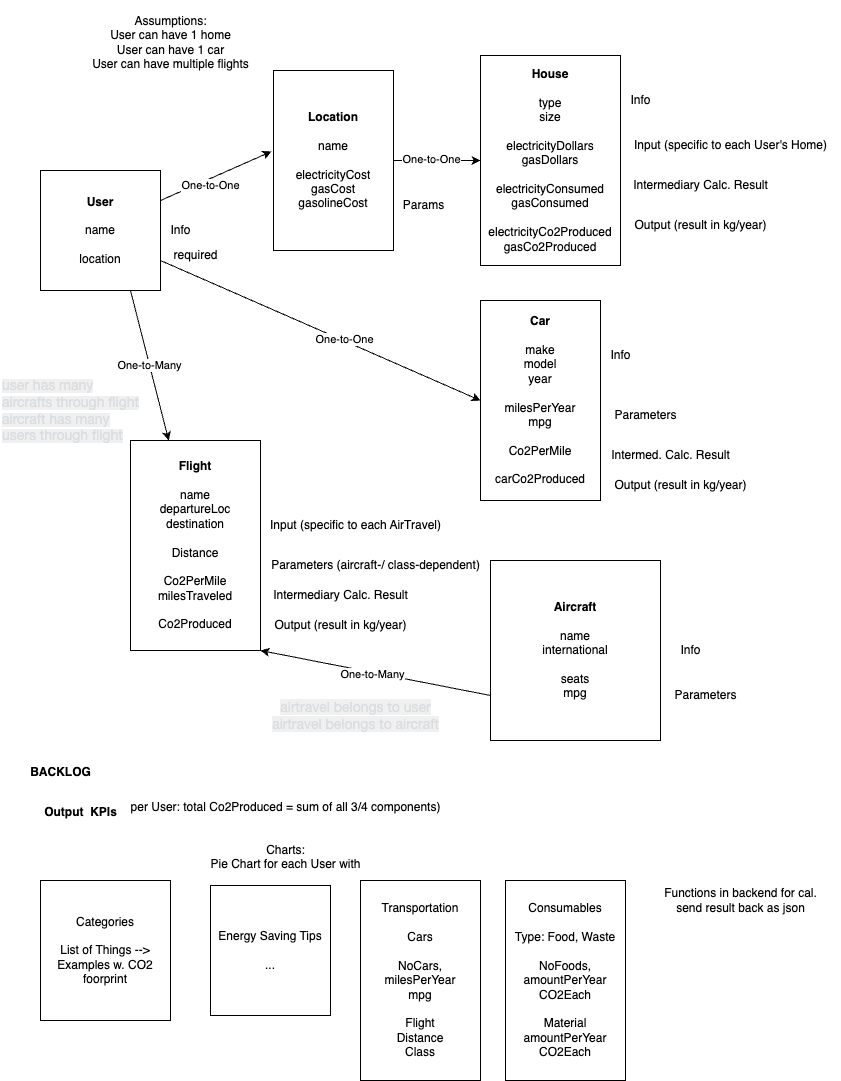
oki99doki/CO2day keeps this draw.io diagram as assets/concept.png. Above is the earlier version. Source tidied: cells renumbered, new cells last; positions are measured from the earlier drawing's top-left corner, leaving out a move shared by most shapes.
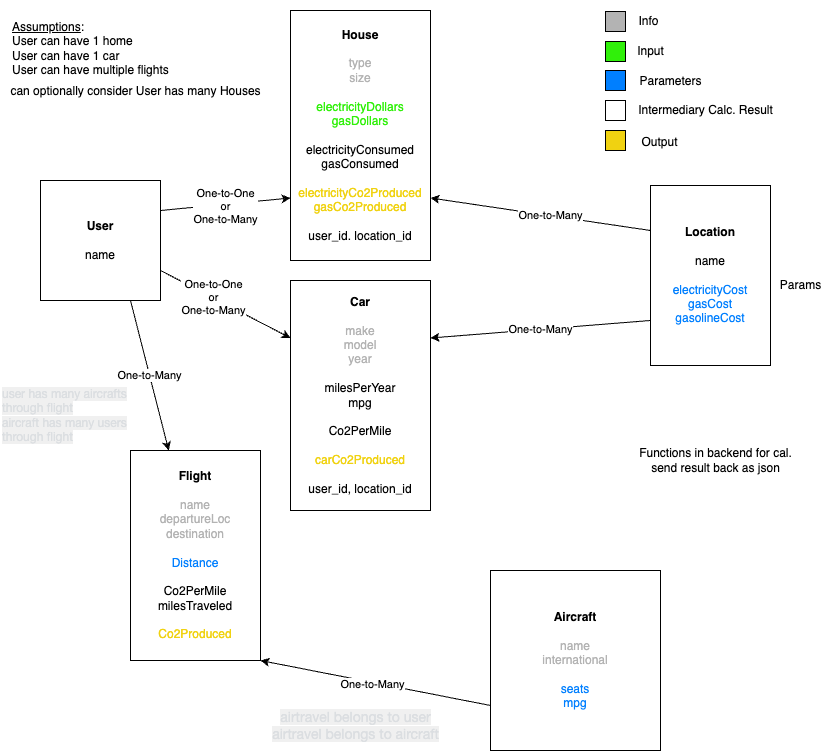
Later version of the same file.

Diff of the diagram source:
```diff
@@ -2,122 +2,59 @@
   <root>
     <mxCell id="0" />
     <mxCell id="1" parent="0" />
+    <mxCell id="46" style="rounded=0;whiteSpace=wrap;html=1;strokeColor=#FFFFFF;fontColor=#B3B3B3;fillColor=none;" parent="1" vertex="1">
+      <mxGeometry x="590" y="-10" width="240" height="160" as="geometry" />
+    </mxCell>
     <mxCell id="2" value="One-to-Many" style="edgeStyle=none;html=1;exitX=0.75;exitY=1;exitDx=0;exitDy=0;" parent="1" edge="1" source="7" target="14">
       <mxGeometry relative="1" as="geometry" />
     </mxCell>
+    <mxCell id="47" style="edgeStyle=none;html=1;exitX=1;exitY=0.25;exitDx=0;exitDy=0;entryX=0;entryY=0.75;entryDx=0;entryDy=0;" parent="1" edge="1" source="7" target="8">
+      <mxGeometry relative="1" as="geometry" />
+    </mxCell>
+    <mxCell id="48" value="One-to-One&lt;br&gt;or&lt;br&gt;One-to-Many" style="edgeLabel;html=1;align=center;verticalAlign=middle;" parent="47" vertex="1">
+      <mxGeometry x="-0.01" y="-2" relative="1" as="geometry" />
+    </mxCell>
-    <mxCell id="3" style="edgeStyle=none;html=1;exitX=1;exitY=0.75;exitDx=0;exitDy=0;entryX=0;entryY=0.5;entryDx=0;entryDy=0;" parent="1" edge="1" source="7" target="26">
+    <mxCell id="3" style="edgeStyle=none;html=1;exitX=1;exitY=0.75;exitDx=0;exitDy=0;entryX=0;entryY=0.25;entryDx=0;entryDy=0;" parent="1" edge="1" source="7" target="26">
       <mxGeometry relative="1" as="geometry" />
     </mxCell>
-    <mxCell id="4" value="One-to-One" style="edgeLabel;html=1;align=center;verticalAlign=middle;" parent="3" vertex="1">
-      <mxGeometry x="0.14" y="1" relative="1" as="geometry">
-        <mxPoint x="1" as="offset" />
-      </mxGeometry>
-    </mxCell>
-    <mxCell id="5" style="edgeStyle=none;html=1;exitX=1;exitY=0.25;exitDx=0;exitDy=0;entryX=-0.017;entryY=0.45;entryDx=0;entryDy=0;entryPerimeter=0;" parent="1" edge="1" source="7" target="36">
-      <mxGeometry relative="1" as="geometry" />
-    </mxCell>
-    <mxCell id="6" value="One-to-One" style="edgeLabel;html=1;align=center;verticalAlign=middle;" parent="5" vertex="1">
-      <mxGeometry x="-0.42" y="1" relative="1" as="geometry">
-        <mxPoint x="18" as="offset" />
-      </mxGeometry>
-    </mxCell>
+    <mxCell id="49" value="One-to-One&lt;br&gt;or&lt;br&gt;One-to-Many" style="edgeLabel;html=1;align=center;verticalAlign=middle;" parent="3" vertex="1">
+      <mxGeometry x="-0.19" y="1" relative="1" as="geometry" />
+    </mxCell>
-    <mxCell id="7" value="&lt;b&gt;User&lt;/b&gt;&lt;br&gt;&lt;br&gt;name&lt;br&gt;&lt;br&gt;location&lt;br&gt;" style="rounded=0;whiteSpace=wrap;html=1;" parent="1" vertex="1">
+    <mxCell id="7" value="&lt;b&gt;User&lt;/b&gt;&lt;br&gt;&lt;br&gt;name" style="rounded=0;whiteSpace=wrap;html=1;" parent="1" vertex="1">
       <mxGeometry x="40" y="170" width="120" height="120" as="geometry" />
     </mxCell>
-    <mxCell id="8" value="&lt;b&gt;House&lt;/b&gt;&lt;br&gt;&lt;br&gt;type&lt;br&gt;size&lt;br&gt;&lt;br&gt;electricityDollars&lt;br&gt;gasDollars&lt;br&gt;&lt;br&gt;electricityConsumed&lt;br&gt;gasConsumed&lt;br&gt;&lt;br&gt;electricityCo2Produced&lt;br&gt;gasCo2Produced" style="rounded=0;whiteSpace=wrap;html=1;" parent="1" vertex="1">
-      <mxGeometry x="480" y="55" width="140" height="210" as="geometry" />
+    <mxCell id="8" value="&lt;b&gt;House&lt;/b&gt;&lt;br&gt;&lt;br&gt;&lt;font color=&quot;#b3b3b3&quot;&gt;type&lt;br&gt;size&lt;/font&gt;&lt;br&gt;&lt;br&gt;&lt;font color=&quot;#30f00a&quot;&gt;electricityDollars&lt;br&gt;gasDollars&lt;br&gt;&lt;/font&gt;&lt;br&gt;electricityConsumed&lt;br&gt;gasConsumed&lt;br&gt;&lt;br&gt;&lt;font color=&quot;#f0d211&quot;&gt;electricityCo2Produced&lt;br&gt;gasCo2Produced&lt;br&gt;&lt;/font&gt;&lt;br&gt;user_id. location_id" style="rounded=0;whiteSpace=wrap;html=1;" parent="1" vertex="1">
+      <mxGeometry x="290" width="140" height="250" as="geometry" />
     </mxCell>
-    <mxCell id="9" value="Categories&lt;br&gt;&lt;br&gt;List of Things --&amp;gt; Examples w. CO2 foorprint&lt;br&gt;" style="rounded=0;whiteSpace=wrap;html=1;" parent="1" vertex="1">
-      <mxGeometry x="40" y="880" width="130" height="140" as="geometry" />
-    </mxCell>
-    <mxCell id="10" value="Transportation&lt;br&gt;&lt;br&gt;Cars&lt;br&gt;&lt;br&gt;NoCars, milesPerYear&lt;br&gt;mpg&lt;br&gt;&lt;br&gt;Flight&lt;br&gt;Distance&lt;br&gt;Class" style="rounded=0;whiteSpace=wrap;html=1;" parent="1" vertex="1">
-      <mxGeometry x="360" y="880" width="120" height="200" as="geometry" />
-    </mxCell>
-    <mxCell id="11" value="Assumptions:&lt;br&gt;User can have 1 home&lt;br&gt;User can have 1 car&lt;br&gt;User can have multiple flights" style="text;html=1;align=center;verticalAlign=center;strokeColor=none;fillColor=none;" parent="1" vertex="1">
-      <mxGeometry x="80" width="180" height="70" as="geometry" />
+    <mxCell id="11" value="&lt;u&gt;Assumptions&lt;/u&gt;:&lt;br&gt;User can have 1 home&lt;br&gt;User can have 1 car&lt;br&gt;User can have multiple flights" style="text;html=1;align=left;verticalAlign=center;strokeColor=none;fillColor=none;" parent="1" vertex="1">
+      <mxGeometry x="10" y="-4" width="180" height="70" as="geometry" />
     </mxCell>
-    <mxCell id="12" value="Consumables&lt;br&gt;&lt;br&gt;Type: Food, Waste&lt;br&gt;&lt;br&gt;NoFoods, amountPerYear&lt;br&gt;CO2Each&lt;br&gt;&lt;br&gt;Material&lt;br&gt;amountPerYear&lt;br&gt;CO2Each" style="rounded=0;whiteSpace=wrap;html=1;" parent="1" vertex="1">
-      <mxGeometry x="505" y="880" width="120" height="200" as="geometry" />
-    </mxCell>
-    <mxCell id="13" value="Energy Saving Tips&lt;br&gt;&lt;br&gt;..." style="rounded=0;whiteSpace=wrap;html=1;" parent="1" vertex="1">
-      <mxGeometry x="210" y="885" width="120" height="130" as="geometry" />
-    </mxCell>
-    <mxCell id="14" value="&lt;b&gt;Flight&lt;/b&gt;&lt;br&gt;&lt;br&gt;name&lt;br&gt;departureLoc&lt;br&gt;destination&lt;br&gt;&lt;br&gt;Distance&lt;br&gt;&lt;br&gt;Co2PerMile&lt;br&gt;milesTraveled&lt;br&gt;&lt;br&gt;Co2Produced" style="rounded=0;whiteSpace=wrap;html=1;" parent="1" vertex="1">
+    <mxCell id="14" value="&lt;b&gt;Flight&lt;/b&gt;&lt;br&gt;&lt;br&gt;&lt;font color=&quot;#b3b3b3&quot;&gt;name&lt;br&gt;departureLoc&lt;br&gt;destination&lt;/font&gt;&lt;br&gt;&lt;br&gt;&lt;font color=&quot;#007fff&quot;&gt;Distance&lt;/font&gt;&lt;br&gt;&lt;br&gt;Co2PerMile&lt;br&gt;milesTraveled&lt;br&gt;&lt;br&gt;&lt;font color=&quot;#f0d211&quot;&gt;Co2Produced&lt;/font&gt;" style="rounded=0;whiteSpace=wrap;html=1;" parent="1" vertex="1">
       <mxGeometry x="130" y="440" width="130" height="210" as="geometry" />
     </mxCell>
     <mxCell id="15" value="Functions in backend for cal.&lt;br&gt;send result back as json&lt;br&gt;" style="text;html=1;align=center;verticalAlign=middle;strokeColor=none;fillColor=none;" parent="1" vertex="1">
-      <mxGeometry x="650" y="880" width="180" height="40" as="geometry" />
+      <mxGeometry x="625" y="430" width="180" height="40" as="geometry" />
     </mxCell>
-    <mxCell id="16" value="Input (specific to each User's Home)" style="text;html=1;align=center;verticalAlign=middle;strokeColor=none;fillColor=none;" parent="1" vertex="1">
-      <mxGeometry x="620" y="130" width="220" height="30" as="geometry" />
-    </mxCell>
-    <mxCell id="17" value="Intermediary Calc. Result" style="text;html=1;align=center;verticalAlign=middle;strokeColor=none;fillColor=none;" parent="1" vertex="1">
-      <mxGeometry x="620" y="170" width="160" height="30" as="geometry" />
-    </mxCell>
-    <mxCell id="18" value="Output (result in kg/year)" style="text;html=1;align=center;verticalAlign=middle;strokeColor=none;fillColor=none;" parent="1" vertex="1">
-      <mxGeometry x="620" y="210" width="160" height="30" as="geometry" />
-    </mxCell>
-    <mxCell id="19" value="required" style="text;html=1;align=center;verticalAlign=middle;strokeColor=none;fillColor=none;" parent="1" vertex="1">
-      <mxGeometry x="160" y="240" width="70" height="30" as="geometry" />
-    </mxCell>
-    <mxCell id="20" value="Info" style="text;html=1;align=center;verticalAlign=middle;strokeColor=none;fillColor=none;" parent="1" vertex="1">
-      <mxGeometry x="160" y="215" width="40" height="30" as="geometry" />
-    </mxCell>
     <mxCell id="21" value="Info" style="text;html=1;align=center;verticalAlign=middle;strokeColor=none;fillColor=none;" parent="1" vertex="1">
-      <mxGeometry x="525" y="420" width="40" height="30" as="geometry" />
+      <mxGeometry x="345" y="400" width="40" height="30" as="geometry" />
     </mxCell>
-    <mxCell id="22" value="Input (specific to each AirTravel)" style="text;html=1;align=center;verticalAlign=middle;strokeColor=none;fillColor=none;" parent="1" vertex="1">
-      <mxGeometry x="260" y="510" width="190" height="30" as="geometry" />
-    </mxCell>
-    <mxCell id="23" value="Parameters (aircraft-/ class-dependent)" style="text;html=1;align=center;verticalAlign=middle;strokeColor=none;fillColor=none;" parent="1" vertex="1">
-      <mxGeometry x="260" y="550" width="230" height="30" as="geometry" />
-    </mxCell>
-    <mxCell id="24" value="Intermediary Calc. Result" style="text;html=1;align=center;verticalAlign=middle;strokeColor=none;fillColor=none;" parent="1" vertex="1">
-      <mxGeometry x="260" y="580" width="160" height="30" as="geometry" />
-    </mxCell>
-    <mxCell id="25" value="Output (result in kg/year)" style="text;html=1;align=center;verticalAlign=middle;strokeColor=none;fillColor=none;" parent="1" vertex="1">
-      <mxGeometry x="260" y="610" width="160" height="30" as="geometry" />
-    </mxCell>
-    <mxCell id="26" value="&lt;b&gt;Car&lt;/b&gt;&lt;br&gt;&lt;br&gt;make&lt;br&gt;model&lt;br&gt;year&lt;br&gt;&lt;br&gt;milesPerYear&lt;br&gt;mpg&lt;br&gt;&lt;br&gt;Co2PerMile&lt;br&gt;&lt;br&gt;carCo2Produced" style="rounded=0;whiteSpace=wrap;html=1;" parent="1" vertex="1">
-      <mxGeometry x="480" y="300" width="120" height="200" as="geometry" />
+    <mxCell id="26" value="&lt;b&gt;Car&lt;/b&gt;&lt;br&gt;&lt;br&gt;&lt;font color=&quot;#b3b3b3&quot;&gt;make&lt;br&gt;model&lt;br&gt;year&lt;/font&gt;&lt;br&gt;&lt;br&gt;milesPerYear&lt;br&gt;mpg&lt;br&gt;&lt;br&gt;Co2PerMile&lt;br&gt;&lt;br&gt;&lt;font color=&quot;#f0d211&quot;&gt;carCo2Produced&lt;/font&gt;&lt;br&gt;&lt;br&gt;user_id, location_id" style="rounded=0;whiteSpace=wrap;html=1;" parent="1" vertex="1">
+      <mxGeometry x="290" y="270" width="140" height="230" as="geometry" />
     </mxCell>
-    <mxCell id="27" value="Info" style="text;html=1;align=center;verticalAlign=middle;strokeColor=none;fillColor=none;" parent="1" vertex="1">
-      <mxGeometry x="600" y="340" width="40" height="30" as="geometry" />
-    </mxCell>
-    <mxCell id="28" value="Parameters" style="text;html=1;align=center;verticalAlign=middle;strokeColor=none;fillColor=none;" parent="1" vertex="1">
-      <mxGeometry x="600" y="400" width="90" height="30" as="geometry" />
-    </mxCell>
-    <mxCell id="29" value="Intermed. Calc. Result" style="text;html=1;align=center;verticalAlign=middle;strokeColor=none;fillColor=none;" parent="1" vertex="1">
-      <mxGeometry x="600" y="440" width="140" height="30" as="geometry" />
-    </mxCell>
-    <mxCell id="30" value="Output (result in kg/year)" style="text;html=1;align=center;verticalAlign=middle;strokeColor=none;fillColor=none;" parent="1" vertex="1">
-      <mxGeometry x="600" y="470" width="160" height="30" as="geometry" />
-    </mxCell>
-    <mxCell id="31" value="&lt;b&gt;BACKLOG&lt;/b&gt;" style="text;html=1;align=center;verticalAlign=center;strokeColor=none;fillColor=none;" parent="1" vertex="1">
-      <mxGeometry x="20" y="750" width="80" height="30" as="geometry" />
-    </mxCell>
-    <mxCell id="32" value="&lt;b&gt;Output&amp;nbsp; KPIs&lt;/b&gt;" style="text;html=1;align=center;verticalAlign=center;strokeColor=none;fillColor=none;" parent="1" vertex="1">
-      <mxGeometry x="30" y="790" width="100" height="30" as="geometry" />
-    </mxCell>
-    <mxCell id="33" value="per User: total Co2Produced = sum of all 3/4 components)&lt;br&gt;&lt;br&gt;&lt;br&gt;Charts:&lt;br&gt;Pie Chart for each User with" style="text;html=1;align=center;verticalAlign=middle;strokeColor=none;fillColor=none;" parent="1" vertex="1">
-      <mxGeometry x="120" y="790" width="330" height="90" as="geometry" />
-    </mxCell>
-    <mxCell id="34" style="edgeStyle=none;html=1;exitX=1;exitY=0.5;exitDx=0;exitDy=0;entryX=0;entryY=0.5;entryDx=0;entryDy=0;" parent="1" edge="1" source="36" target="8">
+    <mxCell id="34" style="edgeStyle=none;html=1;exitX=0;exitY=0.25;exitDx=0;exitDy=0;entryX=1;entryY=0.75;entryDx=0;entryDy=0;" parent="1" edge="1" source="36" target="8">
       <mxGeometry relative="1" as="geometry" />
     </mxCell>
-    <mxCell id="35" value="One-to-One" style="edgeLabel;html=1;align=center;verticalAlign=middle;" parent="34" vertex="1">
-      <mxGeometry x="-0.35" y="2" relative="1" as="geometry">
-        <mxPoint x="9" as="offset" />
-      </mxGeometry>
-    </mxCell>
+    <mxCell id="50" value="One-to-Many" style="edgeLabel;html=1;align=center;verticalAlign=middle;" parent="34" vertex="1">
+      <mxGeometry x="-0.08" y="-1" relative="1" as="geometry" />
+    </mxCell>
+    <mxCell id="51" value="One-to-Many" style="edgeStyle=none;html=1;exitX=0;exitY=0.75;exitDx=0;exitDy=0;entryX=1;entryY=0.25;entryDx=0;entryDy=0;" parent="1" edge="1" source="36" target="26">
+      <mxGeometry relative="1" as="geometry" />
+    </mxCell>
-    <mxCell id="36" value="&lt;b&gt;Location&lt;/b&gt;&lt;br&gt;&lt;br&gt;name&lt;br&gt;&lt;br&gt;electricityCost&lt;br&gt;gasCost&lt;br&gt;gasolineCost" style="rounded=0;whiteSpace=wrap;html=1;" parent="1" vertex="1">
-      <mxGeometry x="273" y="70" width="120" height="180" as="geometry" />
+    <mxCell id="36" value="&lt;b&gt;Location&lt;/b&gt;&lt;br&gt;&lt;br&gt;name&lt;br&gt;&lt;br&gt;&lt;font color=&quot;#007fff&quot;&gt;electricityCost&lt;br&gt;gasCost&lt;br&gt;gasolineCost&lt;/font&gt;" style="rounded=0;whiteSpace=wrap;html=1;" parent="1" vertex="1">
+      <mxGeometry x="650" y="175" width="120" height="180" as="geometry" />
     </mxCell>
-    <mxCell id="37" value="Info" style="text;html=1;align=center;verticalAlign=middle;strokeColor=none;fillColor=none;" parent="1" vertex="1">
-      <mxGeometry x="620" y="85" width="40" height="30" as="geometry" />
-    </mxCell>
     <mxCell id="38" value="Params" style="text;html=1;align=center;verticalAlign=middle;strokeColor=none;fillColor=none;" parent="1" vertex="1">
-      <mxGeometry x="393" y="190" width="60" height="30" as="geometry" />
+      <mxGeometry x="770" y="260" width="60" height="30" as="geometry" />
     </mxCell>
     <mxCell id="39" style="edgeStyle=none;html=1;exitX=0;exitY=0.75;exitDx=0;exitDy=0;entryX=1;entryY=1;entryDx=0;entryDy=0;" parent="1" edge="1" source="41" target="14">
       <mxGeometry relative="1" as="geometry" />
@@ -125,20 +62,50 @@
     <mxCell id="40" value="One-to-Many" style="edgeLabel;html=1;align=center;verticalAlign=middle;" parent="39" vertex="1">
       <mxGeometry x="0.02" y="2" relative="1" as="geometry" />
     </mxCell>
-    <mxCell id="41" value="&lt;b&gt;Aircraft&lt;/b&gt;&lt;br&gt;&lt;br&gt;name&lt;br&gt;international&lt;br&gt;&lt;br&gt;seats&lt;br&gt;mpg" style="whiteSpace=wrap;html=1;" parent="1" vertex="1">
+    <mxCell id="41" value="&lt;b&gt;Aircraft&lt;/b&gt;&lt;br&gt;&lt;br&gt;&lt;font color=&quot;#b3b3b3&quot;&gt;name&lt;br&gt;international&lt;/font&gt;&lt;br&gt;&lt;br&gt;&lt;font color=&quot;#007fff&quot;&gt;seats&lt;br&gt;mpg&lt;/font&gt;" style="whiteSpace=wrap;html=1;" parent="1" vertex="1">
       <mxGeometry x="490" y="560" width="170" height="180" as="geometry" />
     </mxCell>
     <mxCell id="42" value="Parameters" style="text;html=1;align=center;verticalAlign=middle;strokeColor=none;fillColor=none;" parent="1" vertex="1">
-      <mxGeometry x="660" y="680" width="90" height="30" as="geometry" />
+      <mxGeometry x="625" y="56" width="90" height="30" as="geometry" />
     </mxCell>
     <mxCell id="43" value="Info" style="text;html=1;align=center;verticalAlign=middle;strokeColor=none;fillColor=none;" parent="1" vertex="1">
-      <mxGeometry x="670" y="635" width="40" height="30" as="geometry" />
+      <mxGeometry x="628" y="-4" width="40" height="30" as="geometry" />
     </mxCell>
-    <mxCell id="44" value="&lt;span style=&quot;color: oklab(0.899401 -0.00192499 -0.00481987); font-family: &amp;quot;gg sans&amp;quot;, &amp;quot;Noto Sans&amp;quot;, &amp;quot;Helvetica Neue&amp;quot;, Helvetica, Arial, sans-serif, &amp;quot;Apple Symbols&amp;quot;; font-style: normal; font-variant-ligatures: normal; font-variant-caps: normal; font-weight: 400; letter-spacing: normal; orphans: 2; text-align: left; text-indent: 0px; text-transform: none; widows: 2; word-spacing: 0px; -webkit-text-stroke-width: 0px; background-color: oklab(0.0852327 0.00000386313 0.00000170618 / 0.06); text-decoration-thickness: initial; text-decoration-style: initial; text-decoration-color: initial; float: none; display: inline !important;&quot;&gt;&lt;font style=&quot;font-size: 14px;&quot;&gt;user has many aircrafts through flight&lt;br&gt;aircraft has many users through flight&lt;/font&gt;&lt;/span&gt;" style="text;whiteSpace=wrap;html=1;" parent="1" vertex="1">
+    <mxCell id="44" value="&lt;span style=&quot;color: oklab(0.899401 -0.00192499 -0.00481987); font-family: &amp;quot;gg sans&amp;quot;, &amp;quot;Noto Sans&amp;quot;, &amp;quot;Helvetica Neue&amp;quot;, Helvetica, Arial, sans-serif, &amp;quot;Apple Symbols&amp;quot;; font-style: normal; font-variant-ligatures: normal; font-variant-caps: normal; font-weight: 400; letter-spacing: normal; orphans: 2; text-align: left; text-indent: 0px; text-transform: none; widows: 2; word-spacing: 0px; -webkit-text-stroke-width: 0px; background-color: oklab(0.0852327 0.00000386313 0.00000170618 / 0.06); text-decoration-thickness: initial; text-decoration-style: initial; text-decoration-color: initial; float: none; display: inline !important;&quot;&gt;&lt;font style=&quot;font-size: 12px;&quot;&gt;user has many aircrafts through flight&lt;br&gt;aircraft has many users through flight&lt;/font&gt;&lt;/span&gt;" style="text;whiteSpace=wrap;html=1;" parent="1" vertex="1">
       <mxGeometry y="370" width="140" height="60" as="geometry" />
     </mxCell>
     <mxCell id="45" value="&lt;span style=&quot;color: oklab(0.899401 -0.00192499 -0.00481987); font-family: &amp;quot;gg sans&amp;quot;, &amp;quot;Noto Sans&amp;quot;, &amp;quot;Helvetica Neue&amp;quot;, Helvetica, Arial, sans-serif, &amp;quot;Apple Symbols&amp;quot;; text-align: left; background-color: oklab(0.0852327 0.00000386313 0.00000170618 / 0.06);&quot;&gt;&lt;font style=&quot;font-size: 14px;&quot;&gt;airtravel belongs to user&lt;br/&gt;airtravel belongs to aircraft&lt;/font&gt;&lt;/span&gt;" style="text;html=1;align=center;verticalAlign=middle;strokeColor=none;fillColor=none;fontSize=14;" parent="1" vertex="1">
       <mxGeometry x="260" y="690" width="190" height="50" as="geometry" />
     </mxCell>
+    <mxCell id="52" value="can optionally consider User has many Houses" style="text;html=1;align=center;verticalAlign=middle;strokeColor=none;fillColor=none;" parent="1" vertex="1">
+      <mxGeometry y="66" width="270" height="30" as="geometry" />
+    </mxCell>
+    <mxCell id="53" value="Intermediary Calc. Result" style="text;html=1;align=center;verticalAlign=middle;strokeColor=none;fillColor=none;" parent="1" vertex="1">
+      <mxGeometry x="625" y="85" width="160" height="30" as="geometry" />
+    </mxCell>
+    <mxCell id="54" value="Input" style="text;html=1;align=center;verticalAlign=middle;strokeColor=none;fillColor=none;" parent="1" vertex="1">
+      <mxGeometry x="625" y="26" width="50" height="30" as="geometry" />
+    </mxCell>
+    <mxCell id="55" value="Output" style="text;html=1;align=center;verticalAlign=middle;strokeColor=none;fillColor=none;" parent="1" vertex="1">
+      <mxGeometry x="629" y="117" width="60" height="30" as="geometry" />
+    </mxCell>
+    <mxCell id="56" style="whiteSpace=wrap;html=1;strokeColor=#000000;fontColor=#B3B3B3;fillColor=#B3B3B3;" parent="1" vertex="1">
+      <mxGeometry x="605" y="1" width="20" height="20" as="geometry" />
+    </mxCell>
+    <mxCell id="57" style="whiteSpace=wrap;html=1;strokeColor=#000000;fontColor=#B3B3B3;fillColor=#30F00A;" parent="1" vertex="1">
+      <mxGeometry x="605" y="31" width="20" height="20" as="geometry" />
+    </mxCell>
+    <mxCell id="58" style="whiteSpace=wrap;html=1;strokeColor=#000000;fontColor=#B3B3B3;fillColor=#007FFF;" parent="1" vertex="1">
+      <mxGeometry x="605" y="60" width="20" height="20" as="geometry" />
+    </mxCell>
+    <mxCell id="59" style="whiteSpace=wrap;html=1;strokeColor=#000000;fontColor=#B3B3B3;fillColor=#FFFFFF;" parent="1" vertex="1">
+      <mxGeometry x="605" y="90" width="20" height="20" as="geometry" />
+    </mxCell>
+    <mxCell id="60" style="whiteSpace=wrap;html=1;strokeColor=#000000;fontColor=#B3B3B3;fillColor=#F0D211;" parent="1" vertex="1">
+      <mxGeometry x="605" y="120" width="20" height="20" as="geometry" />
+    </mxCell>
+    <mxCell id="61" value="&lt;b&gt;&lt;font color=&quot;#ffffff&quot;&gt;LEGEND&lt;/font&gt;&lt;/b&gt;" style="text;html=1;align=center;verticalAlign=middle;strokeColor=none;fillColor=none;fontColor=#B3B3B3;" parent="1" vertex="1">
+      <mxGeometry x="689" y="-4" width="70" height="30" as="geometry" />
+    </mxCell>
   </root>
 </mxGraphModel>
```
